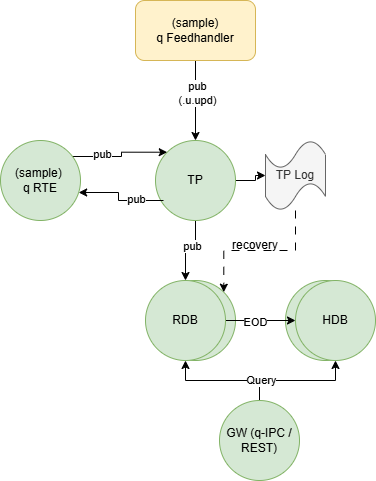
KxSystems/kdbx-tick-reference-architecture keeps this draw.io diagram as arch/kdb-x-architecture.png. Above is the earlier version. Source tidied: cells renumbered, new cells last; positions are measured from the earlier drawing's top-left corner, leaving out a move shared by most shapes.
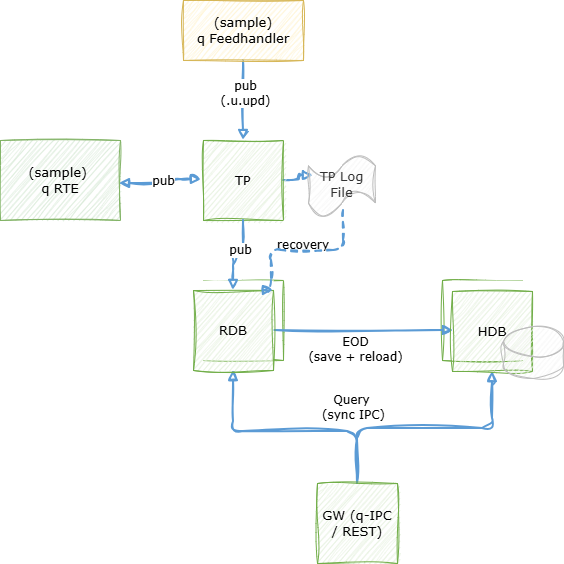
Later version of the same file.

What changed in the source:
```diff
@@ -2,99 +2,117 @@
   <root>
     <mxCell id="0" />
     <mxCell id="1" parent="0" />
-    <mxCell id="2" style="edgeStyle=orthogonalEdgeStyle;rounded=0;jettySize=auto;html=1;entryX=0.5;entryY=0;entryDx=0;entryDy=0;" parent="1" edge="1" source="5" target="19">
-      <mxGeometry relative="1" as="geometry" />
-    </mxCell>
-    <mxCell id="3" value="pub" style="edgeLabel;html=1;align=center;verticalAlign=middle;" parent="2" vertex="1">
-      <mxGeometry x="-0.29" y="-4" relative="1" as="geometry" />
-    </mxCell>
-    <mxCell id="4" style="edgeStyle=orthogonalEdgeStyle;rounded=0;jettySize=auto;html=1;" parent="1" edge="1" source="5" target="11">
-      <mxGeometry relative="1" as="geometry" />
+    <mxCell id="4" style="edgeStyle=orthogonalEdgeStyle;rounded=1;sketch=1;curveFitting=1;jiggle=2;strokeColor=#5B9BD5;strokeWidth=2;endArrow=block;endFill=1;html=1;" parent="1" edge="1" source="5">
+      <mxGeometry relative="1" as="geometry">
+        <mxPoint x="265" y="175" as="targetPoint" />
+      </mxGeometry>
     </mxCell>
-    <mxCell id="5" value="TP" style="ellipse;whiteSpace=wrap;html=1;fillColor=#d5e8d4;strokeColor=#82b366;" parent="1" vertex="1">
+    <mxCell id="5" value="TP" style="sketch=1;curveFitting=1;jiggle=2;hachureGap=4;shape=mxgraph.basic.rect;rounded=1;arcSize=10;whiteSpace=wrap;html=1;fillColor=#E2EFDA;strokeColor=#70AD47;fontFamily=Verdana;fontSize=13;" parent="1" vertex="1">
       <mxGeometry x="155" y="140" width="80" height="80" as="geometry" />
     </mxCell>
-    <mxCell id="6" style="edgeStyle=orthogonalEdgeStyle;rounded=0;jettySize=auto;html=1;entryX=0.5;entryY=0;entryDx=0;entryDy=0;" parent="1" edge="1" source="8" target="5">
+    <mxCell id="6" style="edgeStyle=orthogonalEdgeStyle;rounded=1;sketch=1;curveFitting=1;jiggle=2;strokeColor=#5B9BD5;strokeWidth=2;endArrow=block;endFill=1;html=1;entryX=0.5;entryY=0;entryDx=0;entryDy=0;" parent="1" edge="1" source="8" target="5">
       <mxGeometry relative="1" as="geometry" />
     </mxCell>
-    <mxCell id="7" value="pub&lt;div&gt;(.u.upd)&lt;/div&gt;" style="edgeLabel;html=1;align=center;verticalAlign=middle;" parent="6" vertex="1">
+    <mxCell id="7" value="pub&lt;div&gt;(.u.upd)&lt;/div&gt;" style="sketch=1;edgeLabel;html=1;align=center;verticalAlign=middle;fontFamily=Verdana;fontSize=12;labelBackgroundColor=#FFFFFF;" parent="6" vertex="1">
       <mxGeometry x="-0.2" y="1" relative="1" as="geometry" />
     </mxCell>
-    <mxCell id="8" value="(sample)&lt;div&gt;q Feedhandler&lt;/div&gt;" style="rounded=1;whiteSpace=wrap;html=1;fillColor=#fff2cc;strokeColor=#d6b656;" parent="1" vertex="1">
+    <mxCell id="8" value="(sample)&lt;div&gt;q Feedhandler&lt;/div&gt;" style="sketch=1;curveFitting=1;jiggle=2;hachureGap=4;shape=mxgraph.basic.rect;rounded=1;arcSize=10;whiteSpace=wrap;html=1;fillColor=#FFF2CC;strokeColor=#D6B656;fontFamily=Verdana;fontSize=13;" parent="1" vertex="1">
       <mxGeometry x="135" width="120" height="60" as="geometry" />
     </mxCell>
-    <mxCell id="9" value="RDB" style="ellipse;whiteSpace=wrap;html=1;fillColor=#d5e8d4;strokeColor=#82b366;" parent="1" vertex="1">
+    <mxCell id="9" style="sketch=1;curveFitting=1;jiggle=2;hachureGap=4;shape=mxgraph.basic.rect;rounded=1;arcSize=10;whiteSpace=wrap;html=1;fillColor=none;strokeColor=#70AD47;fontFamily=Verdana;fontSize=13;" parent="1" vertex="1">
       <mxGeometry x="155" y="280" width="80" height="80" as="geometry" />
     </mxCell>
-    <mxCell id="10" style="edgeStyle=orthogonalEdgeStyle;rounded=0;jettySize=auto;html=1;entryX=1;entryY=0;entryDx=0;entryDy=0;dashed=1;dashPattern=8 8;" parent="1" edge="1" source="11" target="9">
-      <mxGeometry relative="1" as="geometry">
-        <Array as="points">
-          <mxPoint x="295" y="250" />
-          <mxPoint x="223" y="250" />
-        </Array>
-      </mxGeometry>
-    </mxCell>
-    <mxCell id="11" value="TP Log" style="shape=tape;whiteSpace=wrap;html=1;size=0.4;fillColor=#f5f5f5;fontColor=#333333;strokeColor=#666666;" parent="1" vertex="1">
-      <mxGeometry x="265" y="140" width="60" height="70" as="geometry" />
-    </mxCell>
-    <mxCell id="12" value="HDB" style="ellipse;whiteSpace=wrap;html=1;fillColor=#d5e8d4;strokeColor=#82b366;" parent="1" vertex="1">
-      <mxGeometry x="285" y="280" width="80" height="80" as="geometry" />
+    <mxCell id="12" style="sketch=1;curveFitting=1;jiggle=2;hachureGap=4;shape=mxgraph.basic.rect;rounded=1;arcSize=10;whiteSpace=wrap;html=1;fillColor=none;strokeColor=#70AD47;fontFamily=Verdana;fontSize=13;" parent="1" vertex="1">
+      <mxGeometry x="394" y="280" width="80" height="80" as="geometry" />
     </mxCell>
-    <mxCell id="13" style="edgeStyle=orthogonalEdgeStyle;rounded=0;jettySize=auto;html=1;entryX=0.5;entryY=1;entryDx=0;entryDy=0;" parent="1" edge="1" source="16" target="19">
-      <mxGeometry relative="1" as="geometry" />
+    <mxCell id="13" style="edgeStyle=orthogonalEdgeStyle;rounded=1;sketch=1;curveFitting=1;jiggle=2;strokeColor=#5B9BD5;strokeWidth=2;endArrow=block;endFill=1;html=1;entryX=0.5;entryY=1;entryDx=0;entryDy=0;" parent="1" edge="1" source="16" target="19">
+      <mxGeometry relative="1" as="geometry">
+        <Array as="points">
+          <mxPoint x="309" y="431" />
+          <mxPoint x="185" y="431" />
+        </Array>
+      </mxGeometry>
     </mxCell>
-    <mxCell id="14" style="edgeStyle=orthogonalEdgeStyle;rounded=0;jettySize=auto;html=1;entryX=0.5;entryY=1;entryDx=0;entryDy=0;" parent="1" edge="1" source="16" target="20">
-      <mxGeometry relative="1" as="geometry" />
+    <mxCell id="14" style="edgeStyle=orthogonalEdgeStyle;rounded=1;sketch=1;curveFitting=1;jiggle=2;strokeColor=#5B9BD5;strokeWidth=2;endArrow=block;endFill=1;html=1;entryX=0.5;entryY=1;entryDx=0;entryDy=0;" parent="1" edge="1" source="16" target="20">
+      <mxGeometry relative="1" as="geometry">
+        <Array as="points">
+          <mxPoint x="309" y="428" />
+          <mxPoint x="444" y="428" />
+        </Array>
+      </mxGeometry>
     </mxCell>
-    <mxCell id="15" value="Query" style="edgeLabel;html=1;align=center;verticalAlign=middle;" parent="14" vertex="1">
-      <mxGeometry x="-0.64" y="1" relative="1" as="geometry" />
+    <mxCell id="15" value="&lt;font&gt;Query&amp;nbsp;&lt;/font&gt;&lt;div&gt;&lt;font&gt;(sync IPC)&lt;/font&gt;&lt;/div&gt;" style="sketch=1;edgeLabel;html=1;align=center;verticalAlign=middle;fontFamily=Verdana;fontSize=12;labelBackgroundColor=#FFFFFF;" parent="14" vertex="1">
+      <mxGeometry x="-0.64" y="1" relative="1" as="geometry">
+        <mxPoint x="-4" y="-32" as="offset" />
+      </mxGeometry>
     </mxCell>
-    <mxCell id="16" value="GW (q-IPC / REST)" style="ellipse;whiteSpace=wrap;html=1;fillColor=#d5e8d4;strokeColor=#82b366;" parent="1" vertex="1">
-      <mxGeometry x="219" y="400" width="80" height="80" as="geometry" />
+    <mxCell id="16" value="GW (q-IPC / REST)" style="sketch=1;curveFitting=1;jiggle=2;hachureGap=4;shape=mxgraph.basic.rect;rounded=1;arcSize=10;whiteSpace=wrap;html=1;fillColor=#E2EFDA;strokeColor=#70AD47;fontFamily=Verdana;fontSize=13;" parent="1" vertex="1">
+      <mxGeometry x="269" y="483" width="80" height="80" as="geometry" />
     </mxCell>
-    <mxCell id="17" style="edgeStyle=orthogonalEdgeStyle;rounded=0;jettySize=auto;html=1;entryX=0;entryY=0.5;entryDx=0;entryDy=0;" parent="1" edge="1" source="19" target="20">
-      <mxGeometry relative="1" as="geometry" />
+    <mxCell id="17" style="edgeStyle=orthogonalEdgeStyle;rounded=1;sketch=1;curveFitting=1;jiggle=2;strokeColor=#5B9BD5;strokeWidth=2;endArrow=block;endFill=1;html=1;entryX=0.013;entryY=0.488;entryDx=0;entryDy=0;entryPerimeter=0;" parent="1" edge="1" target="20">
+      <mxGeometry relative="1" as="geometry">
+        <mxPoint x="226" y="330" as="sourcePoint" />
+      </mxGeometry>
     </mxCell>
-    <mxCell id="18" value="EOD" style="edgeLabel;html=1;align=center;verticalAlign=middle;" parent="17" vertex="1">
-      <mxGeometry x="-0.17" y="-1" relative="1" as="geometry" />
+    <mxCell id="18" value="EOD&lt;div&gt;(save + reload)&lt;/div&gt;" style="sketch=1;edgeLabel;html=1;align=center;verticalAlign=middle;fontFamily=Verdana;fontSize=12;labelBackgroundColor=#FFFFFF;" parent="17" vertex="1">
+      <mxGeometry x="-0.17" y="-1" relative="1" as="geometry">
+        <mxPoint x="7" y="17" as="offset" />
+      </mxGeometry>
     </mxCell>
+    <mxCell id="27" style="fillColor=#FFFFFF;strokeColor=none;sketch=0;" parent="1" vertex="1">
+      <mxGeometry x="145" y="280" width="80" height="80" as="geometry" />
+    </mxCell>
-    <mxCell id="19" value="RDB" style="ellipse;whiteSpace=wrap;html=1;fillColor=#d5e8d4;strokeColor=#82b366;" parent="1" vertex="1">
-      <mxGeometry x="145" y="280" width="80" height="80" as="geometry" />
+    <mxCell id="19" value="RDB" style="sketch=1;curveFitting=1;jiggle=2;hachureGap=4;shape=mxgraph.basic.rect;rounded=1;arcSize=10;whiteSpace=wrap;html=1;fillColor=#E2EFDA;strokeColor=#70AD47;fontFamily=Verdana;fontSize=13;" parent="1" vertex="1">
+      <mxGeometry x="145" y="290" width="80" height="80" as="geometry" />
     </mxCell>
+    <mxCell id="28" style="fillColor=#FFFFFF;strokeColor=none;sketch=0;" parent="1" vertex="1">
+      <mxGeometry x="404" y="280" width="80" height="80" as="geometry" />
+    </mxCell>
-    <mxCell id="20" value="HDB" style="ellipse;whiteSpace=wrap;html=1;fillColor=#d5e8d4;strokeColor=#82b366;" parent="1" vertex="1">
-      <mxGeometry x="295" y="280" width="80" height="80" as="geometry" />
+    <mxCell id="20" value="HDB" style="sketch=1;curveFitting=1;jiggle=2;hachureGap=4;shape=mxgraph.basic.rect;rounded=1;arcSize=10;whiteSpace=wrap;html=1;fillColor=#E2EFDA;strokeColor=#70AD47;fontFamily=Verdana;fontSize=13;" parent="1" vertex="1">
+      <mxGeometry x="404" y="291" width="80" height="80" as="geometry" />
     </mxCell>
-    <mxCell id="21" value="recovery" style="text;html=1;whiteSpace=wrap;strokeColor=none;fillColor=none;align=center;verticalAlign=middle;rounded=0;" parent="1" vertex="1">
-      <mxGeometry x="225" y="230" width="60" height="30" as="geometry" />
-    </mxCell>
-    <mxCell id="22" style="edgeStyle=orthogonalEdgeStyle;rounded=0;jettySize=auto;html=1;entryX=0;entryY=0;entryDx=0;entryDy=0;startArrow=none;startFill=0;" parent="1" edge="1" source="24" target="5">
-      <mxGeometry relative="1" as="geometry">
-        <Array as="points">
-          <mxPoint x="121" y="156" />
-          <mxPoint x="121" y="152" />
-        </Array>
-      </mxGeometry>
-    </mxCell>
-    <mxCell id="23" value="pub" style="edgeLabel;html=1;align=center;verticalAlign=middle;" parent="22" vertex="1">
-      <mxGeometry x="0.26" y="-1" relative="1" as="geometry">
-        <mxPoint x="-28" y="1" as="offset" />
-      </mxGeometry>
-    </mxCell>
-    <mxCell id="24" value="(sample)&amp;nbsp;&lt;div&gt;q RTE&lt;/div&gt;" style="ellipse;whiteSpace=wrap;html=1;fillColor=#d5e8d4;strokeColor=#82b366;" parent="1" vertex="1">
-      <mxGeometry y="140" width="80" height="80" as="geometry" />
+    <mxCell id="24" value="(sample)&amp;nbsp;&lt;div&gt;q RTE&lt;/div&gt;" style="sketch=1;curveFitting=1;jiggle=2;hachureGap=4;shape=mxgraph.basic.rect;rounded=1;arcSize=10;whiteSpace=wrap;html=1;fillColor=#d5e8d4;strokeColor=#82b366;fontFamily=Verdana;fontSize=13;" parent="1" vertex="1">
+      <mxGeometry x="-48" y="140" width="120" height="80" as="geometry" />
     </mxCell>
-    <mxCell id="25" style="edgeStyle=orthogonalEdgeStyle;rounded=0;jettySize=auto;html=1;entryX=0.1;entryY=0.75;entryDx=0;entryDy=0;entryPerimeter=0;startArrow=classic;startFill=1;endArrow=none;endFill=0;" parent="1" edge="1" source="24" target="5">
+    <mxCell id="25" style="edgeStyle=orthogonalEdgeStyle;rounded=1;sketch=1;curveFitting=1;jiggle=2;strokeColor=#5B9BD5;strokeWidth=2;startArrow=block;startFill=1;endArrow=block;endFill=1;html=1;entryX=-0.025;entryY=0.488;entryDx=0;entryDy=0;entryPerimeter=0;" parent="1" edge="1" target="5">
       <mxGeometry relative="1" as="geometry">
+        <mxPoint x="71" y="183" as="sourcePoint" />
         <Array as="points">
-          <mxPoint x="118" y="192" />
-          <mxPoint x="118" y="200" />
+          <mxPoint x="122" y="183" />
+          <mxPoint x="122" y="179" />
         </Array>
       </mxGeometry>
     </mxCell>
-    <mxCell id="26" value="pub" style="edgeLabel;html=1;align=center;verticalAlign=middle;" parent="25" vertex="1">
+    <mxCell id="26" value="pub" style="sketch=1;edgeLabel;html=1;align=center;verticalAlign=middle;fontFamily=Verdana;fontSize=12;labelBackgroundColor=#FFFFFF;" parent="25" vertex="1">
       <mxGeometry x="-0.03" y="1" relative="1" as="geometry">
-        <mxPoint x="16" y="1" as="offset" />
+        <mxPoint x="1" y="-2" as="offset" />
       </mxGeometry>
     </mxCell>
+    <mxCell id="29" value="&lt;font face=&quot;Verdana&quot; style=&quot;font-size: 13px;&quot;&gt;TP Log File&lt;/font&gt;" style="shape=tape;whiteSpace=wrap;html=1;sketch=1;curveFitting=1;jiggle=2;fillColor=#f5f5f5;fontColor=#333333;strokeColor=#BDBDBD;" parent="1" vertex="1">
+      <mxGeometry x="260" y="153" width="67" height="62" as="geometry" />
+    </mxCell>
+    <mxCell id="30" style="sketch=1;curveFitting=1;jiggle=2;hachureGap=4;shape=cylinder3;whiteSpace=wrap;html=1;fillColor=#F5F5F5;strokeColor=#BDBDBD;fontFamily=Verdana;fontSize=13;" parent="1" vertex="1">
+      <mxGeometry x="455" y="326" width="60" height="52" as="geometry" />
+    </mxCell>
+    <mxCell id="2" style="edgeStyle=orthogonalEdgeStyle;rounded=1;sketch=1;curveFitting=1;jiggle=2;strokeColor=#5B9BD5;strokeWidth=2;endArrow=block;endFill=1;html=1;" parent="1" edge="1" source="5">
+      <mxGeometry relative="1" as="geometry">
+        <mxPoint x="185" y="290" as="targetPoint" />
+      </mxGeometry>
+    </mxCell>
+    <mxCell id="3" value="pub" style="sketch=1;edgeLabel;html=1;align=center;verticalAlign=middle;fontFamily=Verdana;fontSize=12;labelBackgroundColor=#FFFFFF;" parent="2" vertex="1">
+      <mxGeometry x="-0.29" y="-4" relative="1" as="geometry" />
+    </mxCell>
+    <mxCell id="21" value="recovery" style="sketch=1;text;html=1;whiteSpace=wrap;strokeColor=none;fillColor=none;align=center;verticalAlign=middle;rounded=0;fontFamily=Verdana;fontSize=12;" parent="1" vertex="1">
+      <mxGeometry x="225" y="230" width="60" height="30" as="geometry" />
+    </mxCell>
+    <mxCell id="10" style="edgeStyle=orthogonalEdgeStyle;rounded=1;sketch=1;curveFitting=1;jiggle=2;strokeColor=#5B9BD5;strokeWidth=2;endArrow=block;endFill=1;html=1;entryX=1;entryY=0;entryDx=0;entryDy=0;dashed=1;" parent="1" edge="1" target="19">
+      <mxGeometry relative="1" as="geometry">
+        <mxPoint x="295" y="210" as="sourcePoint" />
+        <Array as="points">
+          <mxPoint x="295" y="250" />
+          <mxPoint x="223" y="250" />
+        </Array>
+      </mxGeometry>
+    </mxCell>
   </root>
 </mxGraphModel>
```
